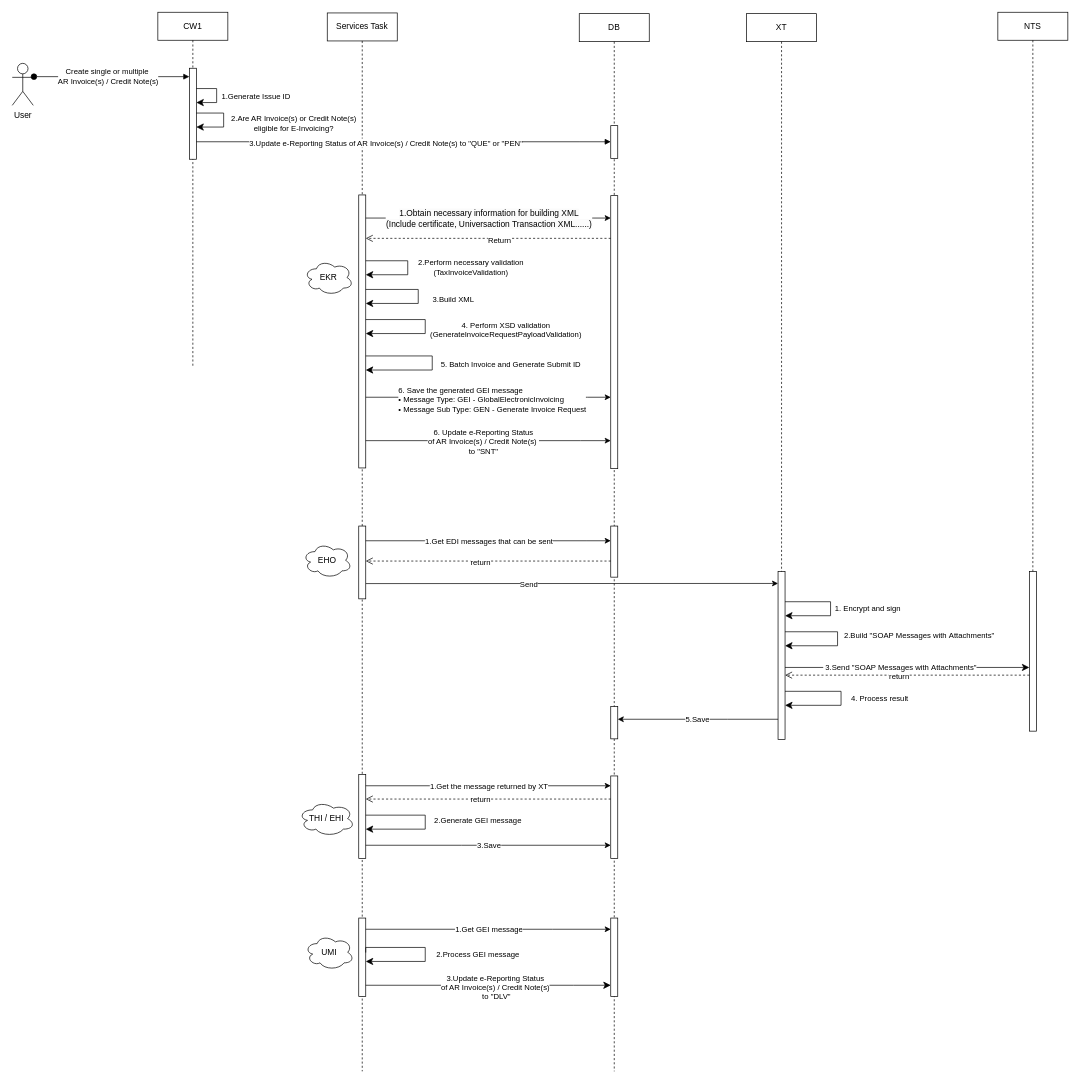
Above: Step1.drawio in JingwenLi/MyTestProjects (draw.io), before the change. Source tidied: cells renumbered, new cells numbered last; positions are measured from the earlier drawing's top-left corner, leaving out a move shared by most shapes. Both pictures are drawn from the tidied source at 70%, with x=0, y=0 at pixel (12, 12).
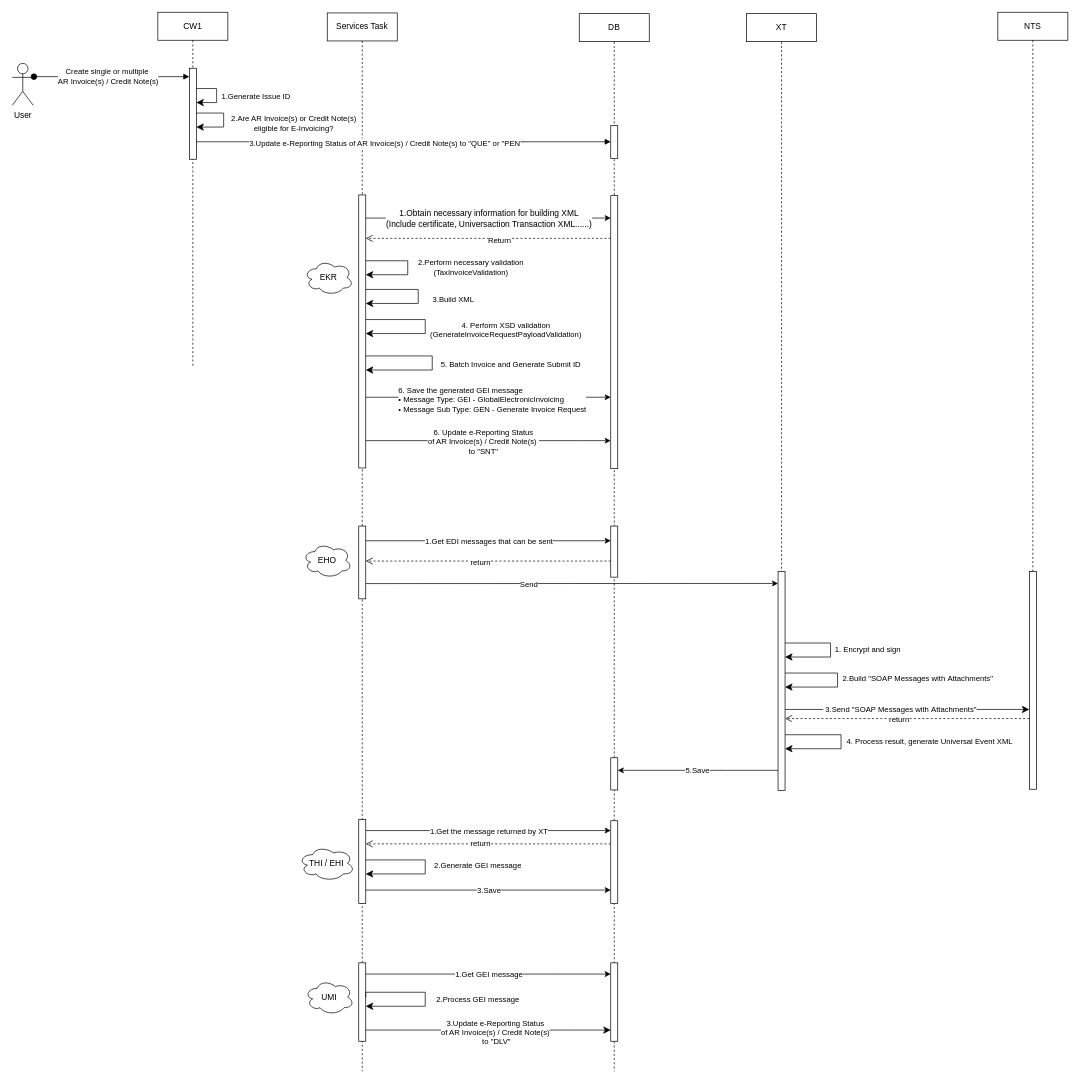
After the change.

The change refers to these unchanged cells:
```xml
<mxCell id="4" value="Services Task" style="shape=umlLifeline;perimeter=lifelinePerimeter;whiteSpace=wrap;html=1;newEdgeStyle={&quot;edgeStyle&quot;:&quot;elbowEdgeStyle&quot;,&quot;elbow&quot;:&quot;vertical&quot;,&quot;curved&quot;:0,&quot;rounded&quot;:0};" parent="1" vertex="1">
  <mxGeometry x="450" y="1" width="100" height="1512" as="geometry" />
</mxCell>
<mxCell id="18" value="DB" style="shape=umlLifeline;perimeter=lifelinePerimeter;whiteSpace=wrap;html=1;newEdgeStyle={&quot;edgeStyle&quot;:&quot;elbowEdgeStyle&quot;,&quot;elbow&quot;:&quot;vertical&quot;,&quot;curved&quot;:0,&quot;rounded&quot;:0};" parent="1" vertex="1">
  <mxGeometry x="810" y="2" width="100" height="1511" as="geometry" />
</mxCell>
```

Change to the diagram source:
```diff
@@
     <mxCell id="7" style="html=1;points=[];perimeter=orthogonalPerimeter;outlineConnect=0;targetShapes=umlLifeline;portConstraint=eastwest;newEdgeStyle={&quot;edgeStyle&quot;:&quot;elbowEdgeStyle&quot;,&quot;elbow&quot;:&quot;vertical&quot;,&quot;curved&quot;:0,&quot;rounded&quot;:0};" parent="4" vertex="1">
-      <mxGeometry x="45" y="1088" width="10" height="120" as="geometry" />
+      <mxGeometry x="45" y="1152" width="10" height="120" as="geometry" />
     </mxCell>
     <mxCell id="8" style="html=1;points=[];perimeter=orthogonalPerimeter;outlineConnect=0;targetShapes=umlLifeline;portConstraint=eastwest;newEdgeStyle={&quot;edgeStyle&quot;:&quot;elbowEdgeStyle&quot;,&quot;elbow&quot;:&quot;vertical&quot;,&quot;curved&quot;:0,&quot;rounded&quot;:0};" parent="4" vertex="1">
-      <mxGeometry x="45" y="1293" width="10" height="112" as="geometry" />
+      <mxGeometry x="45" y="1357" width="10" height="112" as="geometry" />
     </mxCell>
@@
     <mxCell id="12" value="2.Process GEI message" style="edgeStyle=segmentEdgeStyle;endArrow=classic;html=1;curved=0;rounded=0;endSize=8;startSize=8;exitX=1;exitY=0.163;exitDx=0;exitDy=0;exitPerimeter=0;" parent="4" edge="1">
       <mxGeometry x="0.04" y="75" relative="1" as="geometry">
-        <mxPoint x="55" y="1342.3" as="sourcePoint" />
-        <mxPoint x="55" y="1355" as="targetPoint" />
+        <mxPoint x="55" y="1406.3" as="sourcePoint" />
+        <mxPoint x="55" y="1419" as="targetPoint" />
         <Array as="points">
-          <mxPoint x="140" y="1335" />
-          <mxPoint x="140" y="1355" />
+          <mxPoint x="140" y="1399" />
+          <mxPoint x="140" y="1419" />
         </Array>
         <mxPoint y="-1" as="offset" />
       </mxGeometry>
     </mxCell>
     <mxCell id="13" value="2.Generate GEI message" style="edgeStyle=segmentEdgeStyle;endArrow=classic;html=1;curved=0;rounded=0;endSize=8;startSize=8;" parent="4" edge="1">
       <mxGeometry x="-0.03" y="75" relative="1" as="geometry">
-        <mxPoint x="55" y="1146" as="sourcePoint" />
-        <mxPoint x="55" y="1166" as="targetPoint" />
+        <mxPoint x="55" y="1210" as="sourcePoint" />
+        <mxPoint x="55" y="1230" as="targetPoint" />
         <Array as="points">
-          <mxPoint x="140" y="1146" />
-          <mxPoint x="140" y="1166" />
+          <mxPoint x="140" y="1210" />
+          <mxPoint x="140" y="1230" />
         </Array>
         <mxPoint y="1" as="offset" />
       </mxGeometry>
     </mxCell>
@@
     <mxCell id="21" style="html=1;points=[];perimeter=orthogonalPerimeter;outlineConnect=0;targetShapes=umlLifeline;portConstraint=eastwest;newEdgeStyle={&quot;edgeStyle&quot;:&quot;elbowEdgeStyle&quot;,&quot;elbow&quot;:&quot;vertical&quot;,&quot;curved&quot;:0,&quot;rounded&quot;:0};" parent="18" vertex="1">
-      <mxGeometry x="45" y="1089" width="10" height="118" as="geometry" />
+      <mxGeometry x="45" y="1153" width="10" height="118" as="geometry" />
     </mxCell>
     <mxCell id="22" style="html=1;points=[];perimeter=orthogonalPerimeter;outlineConnect=0;targetShapes=umlLifeline;portConstraint=eastwest;newEdgeStyle={&quot;edgeStyle&quot;:&quot;elbowEdgeStyle&quot;,&quot;elbow&quot;:&quot;vertical&quot;,&quot;curved&quot;:0,&quot;rounded&quot;:0};" parent="18" vertex="1">
-      <mxGeometry x="45" y="1292" width="10" height="112" as="geometry" />
+      <mxGeometry x="45" y="1356" width="10" height="112" as="geometry" />
     </mxCell>
     <mxCell id="23" style="html=1;points=[];perimeter=orthogonalPerimeter;outlineConnect=0;targetShapes=umlLifeline;portConstraint=eastwest;newEdgeStyle={&quot;edgeStyle&quot;:&quot;elbowEdgeStyle&quot;,&quot;elbow&quot;:&quot;vertical&quot;,&quot;curved&quot;:0,&quot;rounded&quot;:0};" parent="18" vertex="1">
-      <mxGeometry x="45" y="990" width="10" height="46" as="geometry" />
+      <mxGeometry x="45" y="1063" width="10" height="46" as="geometry" />
     </mxCell>
@@
     <mxCell id="25" value="NTS" style="shape=umlLifeline;perimeter=lifelinePerimeter;whiteSpace=wrap;html=1;newEdgeStyle={&quot;edgeStyle&quot;:&quot;elbowEdgeStyle&quot;,&quot;elbow&quot;:&quot;vertical&quot;,&quot;curved&quot;:0,&quot;rounded&quot;:0};" parent="1" vertex="1">
-      <mxGeometry x="1408" width="100" height="830" as="geometry" />
+      <mxGeometry x="1408" width="100" height="1110" as="geometry" />
     </mxCell>
     <mxCell id="26" style="html=1;points=[];perimeter=orthogonalPerimeter;outlineConnect=0;targetShapes=umlLifeline;portConstraint=eastwest;newEdgeStyle={&quot;edgeStyle&quot;:&quot;elbowEdgeStyle&quot;,&quot;elbow&quot;:&quot;vertical&quot;,&quot;curved&quot;:0,&quot;rounded&quot;:0};" parent="25" vertex="1">
-      <mxGeometry x="45" y="799" width="10" height="228" as="geometry" />
+      <mxGeometry x="45" y="799" width="10" height="311" as="geometry" />
     </mxCell>
     <mxCell id="27" value="XT" style="shape=umlLifeline;perimeter=lifelinePerimeter;whiteSpace=wrap;html=1;newEdgeStyle={&quot;edgeStyle&quot;:&quot;elbowEdgeStyle&quot;,&quot;elbow&quot;:&quot;vertical&quot;,&quot;curved&quot;:0,&quot;rounded&quot;:0};" parent="1" vertex="1">
-      <mxGeometry x="1049" y="2" width="100" height="941" as="geometry" />
+      <mxGeometry x="1049" y="2" width="100" height="1110" as="geometry" />
     </mxCell>
     <mxCell id="28" style="html=1;points=[];perimeter=orthogonalPerimeter;outlineConnect=0;targetShapes=umlLifeline;portConstraint=eastwest;newEdgeStyle={&quot;edgeStyle&quot;:&quot;elbowEdgeStyle&quot;,&quot;elbow&quot;:&quot;vertical&quot;,&quot;curved&quot;:0,&quot;rounded&quot;:0};" parent="27" vertex="1">
-      <mxGeometry x="45" y="797" width="10" height="240" as="geometry" />
+      <mxGeometry x="45" y="797" width="10" height="313" as="geometry" />
     </mxCell>
     <mxCell id="29" value="1. Encrypt and sign" style="edgeStyle=segmentEdgeStyle;endArrow=classic;html=1;curved=0;rounded=0;endSize=8;startSize=8;" parent="27" edge="1">
       <mxGeometry y="53" relative="1" as="geometry">
-        <mxPoint x="55" y="840.1" as="sourcePoint" />
-        <mxPoint x="55" y="860.1" as="targetPoint" />
+        <mxPoint x="55" y="899.1" as="sourcePoint" />
+        <mxPoint x="55" y="919.1" as="targetPoint" />
         <Array as="points">
-          <mxPoint x="120" y="840" />
-          <mxPoint x="120" y="860" />
+          <mxPoint x="120" y="899" />
+          <mxPoint x="120" y="919" />
         </Array>
       </mxGeometry>
     </mxCell>
     <mxCell id="30" value="&amp;nbsp;2.Build &quot;SOAP Messages with&amp;nbsp;Attachments&quot;" style="edgeStyle=segmentEdgeStyle;endArrow=classic;html=1;curved=0;rounded=0;endSize=8;startSize=8;" parent="27" edge="1">
-      <mxGeometry x="-0.05" y="115" relative="1" as="geometry">
-        <mxPoint x="55" y="883" as="sourcePoint" />
-        <mxPoint x="55" y="903" as="targetPoint" />
+      <mxGeometry x="-0.02" y="113" relative="1" as="geometry">
+        <mxPoint x="55" y="942" as="sourcePoint" />
+        <mxPoint x="55" y="962" as="targetPoint" />
         <Array as="points">
-          <mxPoint x="130" y="883" />
-          <mxPoint x="130" y="903" />
+          <mxPoint x="130" y="942" />
+          <mxPoint x="130" y="962" />
         </Array>
       </mxGeometry>
     </mxCell>
-    <mxCell id="31" value="4. Process result" style="edgeStyle=segmentEdgeStyle;endArrow=classic;html=1;curved=0;rounded=0;endSize=8;startSize=8;" parent="27" edge="1">
-      <mxGeometry x="0.01" y="55" relative="1" as="geometry">
-        <mxPoint x="55" y="968.1" as="sourcePoint" />
-        <mxPoint x="55" y="988.1" as="targetPoint" />
+    <mxCell id="31" value="4. Process result, generate&amp;nbsp;Universal Event XML&amp;nbsp;" style="edgeStyle=segmentEdgeStyle;endArrow=classic;html=1;curved=0;rounded=0;endSize=8;startSize=8;" parent="27" edge="1">
+      <mxGeometry y="128" relative="1" as="geometry">
+        <mxPoint x="55" y="1030.1" as="sourcePoint" />
+        <mxPoint x="55" y="1050.1" as="targetPoint" />
         <Array as="points">
-          <mxPoint x="135" y="968" />
-          <mxPoint x="135" y="988" />
+          <mxPoint x="135" y="1030" />
+          <mxPoint x="135" y="1050" />
         </Array>
       </mxGeometry>
     </mxCell>
@@
     <mxCell id="40" value="THI / EHI" style="ellipse;shape=cloud;whiteSpace=wrap;html=1;" parent="1" vertex="1">
-      <mxGeometry x="409" y="1127" width="80" height="50" as="geometry" />
+      <mxGeometry x="409" y="1191" width="80" height="50" as="geometry" />
     </mxCell>
     <mxCell id="41" value="UMI" style="ellipse;shape=cloud;whiteSpace=wrap;html=1;" parent="1" vertex="1">
-      <mxGeometry x="418" y="1318" width="70" height="50" as="geometry" />
+      <mxGeometry x="418" y="1382" width="70" height="50" as="geometry" />
     </mxCell>
@@
     <mxCell id="52" style="edgeStyle=elbowEdgeStyle;rounded=0;jettySize=auto;html=1;elbow=vertical;curved=0;" parent="1" edge="1" source="7" target="21">
       <mxGeometry x="0.12" y="10" relative="1" as="geometry">
         <Array as="points">
-          <mxPoint x="691" y="1105" />
+          <mxPoint x="691" y="1169" />
         </Array>
       </mxGeometry>
     </mxCell>
@@
-    <mxCell id="54" style="html=1;verticalAlign=bottom;endArrow=open;dashed=1;endSize=8;edgeStyle=elbowEdgeStyle;elbow=vertical;curved=0;rounded=0;" parent="1" edge="1" source="26" target="28">
+    <mxCell id="54" style="html=1;verticalAlign=bottom;endArrow=open;dashed=1;endSize=8;edgeStyle=elbowEdgeStyle;elbow=vertical;curved=0;rounded=0;" parent="1" edge="1">
       <mxGeometry x="-0.11" y="-15" relative="1" as="geometry">
+        <mxPoint x="1453" y="1009" as="sourcePoint" />
+        <mxPoint x="1104" y="1009" as="targetPoint" />
         <Array as="points">
-          <mxPoint x="1281" y="947" />
+          <mxPoint x="1281" y="1009" />
         </Array>
       </mxGeometry>
     </mxCell>
@@
     <mxCell id="56" value="&amp;nbsp;3.Send &quot;SOAP Messages with&amp;nbsp;Attachments&quot;" style="edgeStyle=segmentEdgeStyle;endArrow=classic;html=1;curved=0;rounded=0;endSize=8;startSize=8;" parent="1" edge="1">
       <mxGeometry x="-0.06" relative="1" as="geometry">
-        <mxPoint x="1104" y="936" as="sourcePoint" />
-        <mxPoint x="1453" y="936" as="targetPoint" />
+        <mxPoint x="1104" y="996" as="sourcePoint" />
+        <mxPoint x="1453" y="996" as="targetPoint" />
       </mxGeometry>
     </mxCell>
-    <mxCell id="57" value="5.Save" style="edgeStyle=elbowEdgeStyle;rounded=0;jettySize=auto;html=1;elbow=vertical;curved=0;" parent="1" edge="1" source="28" target="23">
+    <mxCell id="57" value="5.Save" style="edgeStyle=elbowEdgeStyle;rounded=0;orthogonalLoop=1;jettySize=auto;html=1;elbow=vertical;curved=0;" parent="1" edge="1">
       <mxGeometry relative="1" as="geometry">
+        <mxPoint x="1094" y="1083" as="sourcePoint" />
+        <mxPoint x="865" y="1083" as="targetPoint" />
         <Array as="points">
-          <mxPoint x="1022" y="1010" />
-          <mxPoint x="1001" y="1075" />
+          <mxPoint x="1022" y="1083" />
+          <mxPoint x="1001" y="1148" />
         </Array>
       </mxGeometry>
     </mxCell>
     <mxCell id="58" style="html=1;verticalAlign=bottom;endArrow=open;dashed=1;endSize=8;edgeStyle=elbowEdgeStyle;elbow=vertical;curved=0;rounded=0;" parent="1" edge="1" source="21" target="7">
       <mxGeometry x="-0.11" y="-15" relative="1" as="geometry">
         <Array as="points">
-          <mxPoint x="801" y="1124" />
-          <mxPoint x="861" y="1114" />
+          <mxPoint x="801" y="1188" />
+          <mxPoint x="861" y="1178" />
         </Array>
       </mxGeometry>
     </mxCell>
@@
     <mxCell id="60" style="edgeStyle=segmentEdgeStyle;endArrow=classic;html=1;curved=0;rounded=0;endSize=8;startSize=8;" parent="1" edge="1" source="8" target="22">
       <mxGeometry x="-0.08" y="-3" relative="1" as="geometry">
         <Array as="points">
-          <mxPoint x="802" y="1390" />
-          <mxPoint x="802" y="1390" />
+          <mxPoint x="802" y="1454" />
+          <mxPoint x="802" y="1454" />
         </Array>
       </mxGeometry>
     </mxCell>
@@
     <mxCell id="62" style="edgeStyle=elbowEdgeStyle;rounded=0;jettySize=auto;html=1;elbow=vertical;curved=0;" parent="1" edge="1" source="8" target="22">
       <mxGeometry x="0.12" y="10" relative="1" as="geometry">
         <Array as="points">
-          <mxPoint x="772" y="1310" />
-          <mxPoint x="710" y="1198.4" />
+          <mxPoint x="772" y="1374" />
+          <mxPoint x="710" y="1262.4" />
         </Array>
       </mxGeometry>
     </mxCell>
@@
     <mxCell id="64" style="edgeStyle=elbowEdgeStyle;rounded=0;jettySize=auto;html=1;elbow=vertical;curved=0;" parent="1" edge="1" source="7" target="21">
       <mxGeometry x="0.12" y="10" relative="1" as="geometry">
         <Array as="points">
-          <mxPoint x="642" y="1190" />
-          <mxPoint x="571" y="1240" />
-          <mxPoint x="511" y="1240" />
+          <mxPoint x="642" y="1254" />
+          <mxPoint x="571" y="1304" />
+          <mxPoint x="511" y="1304" />
         </Array>
       </mxGeometry>
     </mxCell>
```
